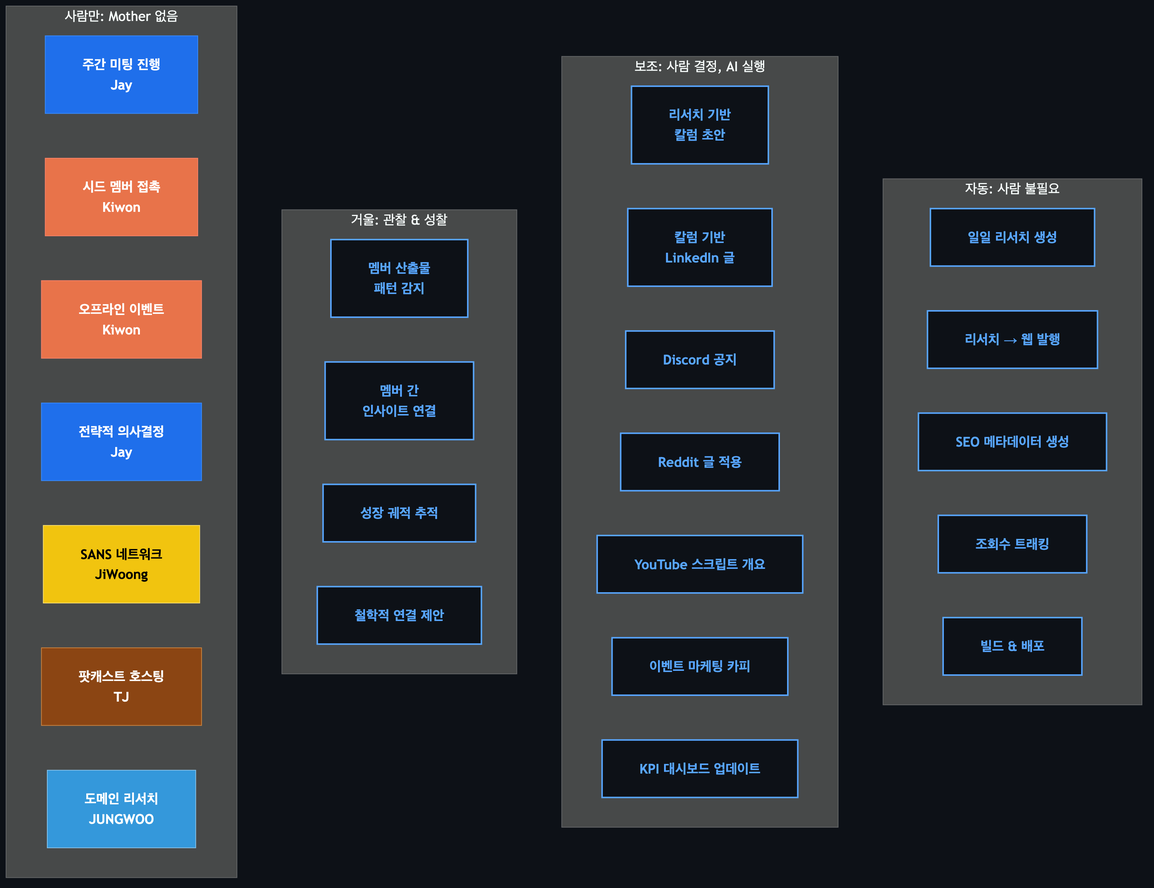
This is products/hypeproof-workflow-diagrams/d4-color.png from JeHyeong2/hypeprooflab, a Mermaid export, as it was before one commit. Its source is kept beside it as products/hypeproof-workflow-diagrams/d4-color.mmd.
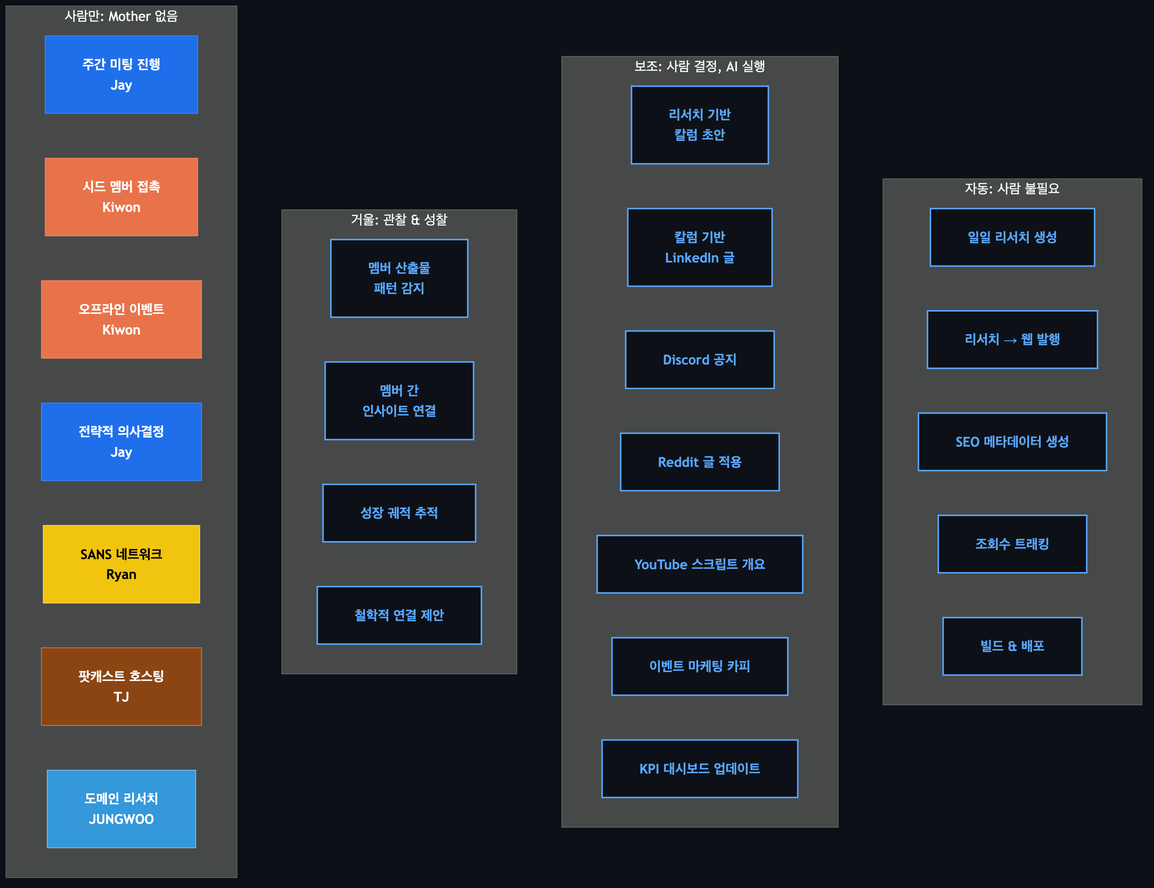
Above is the later version.

What changed in the source:
```diff
@@ -29,20 +29,19 @@
         D2["시드 멤버 접촉<br/>Kiwon"]
         D3["오프라인 이벤트<br/>Kiwon"]
         D4["전략적 의사결정<br/>Jay"]
-        D5["SANS 네트워크<br/>JiWoong"]
+        D5["SANS 네트워크<br/>Ryan"]
         D6["팟캐스트 호스팅<br/>TJ"]
         D7["도메인 리서치<br/>JUNGWOO"]
     end
 
     classDef jay fill:#1f6feb,stroke:#388bfd,color:#fff,font-weight:bold
     classDef kiwon fill:#e8734a,stroke:#f78166,color:#fff,font-weight:bold
-    classDef jiwoong fill:#f1c40f,stroke:#f7dc6f,color:#000,font-weight:bold
+    classDef ryan fill:#f1c40f,stroke:#f7dc6f,color:#000,font-weight:bold
     classDef jy fill:#e74c3c,stroke:#f1948a,color:#fff,font-weight:bold
     classDef tj fill:#8b4513,stroke:#cd853f,color:#fff,font-weight:bold
     classDef jehyeong fill:#9b59b6,stroke:#bb8fce,color:#fff,font-weight:bold
     classDef bh fill:#27ae60,stroke:#58d68d,color:#fff,font-weight:bold
     classDef jungwoo fill:#3498db,stroke:#85c1e9,color:#fff,font-weight:bold
-    classDef ryan fill:#95a5a6,stroke:#bdc3c7,color:#000,font-weight:bold
     classDef mother fill:#0d1117,stroke:#58a6ff,color:#58a6ff,font-weight:bold,stroke-width:2px
 
     class A1,A2,A3,A4,A5 mother
@@ -50,6 +49,6 @@
     class C1,C2,C3,C4 mother
     class D1,D4 jay
     class D2,D3 kiwon
-    class D5 jiwoong
+    class D5 ryan
     class D6 tj
     class D7 jungwoo
```
